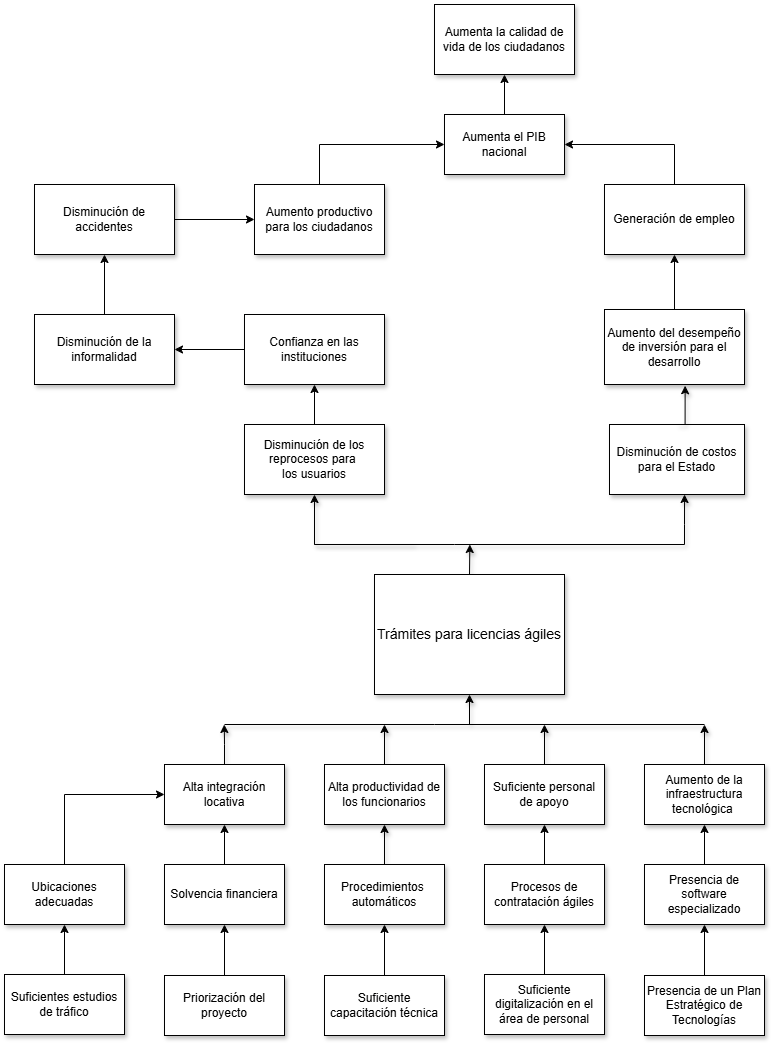
The draw.io diagram formulacion/solutions-tree/img/Arbol_Soluciones.png in Juanes7222/APS-Project, before a commit. Source tidied: cells renumbered, new cells last; positions are measured from the earlier drawing's top-left corner, leaving out a move shared by most shapes.
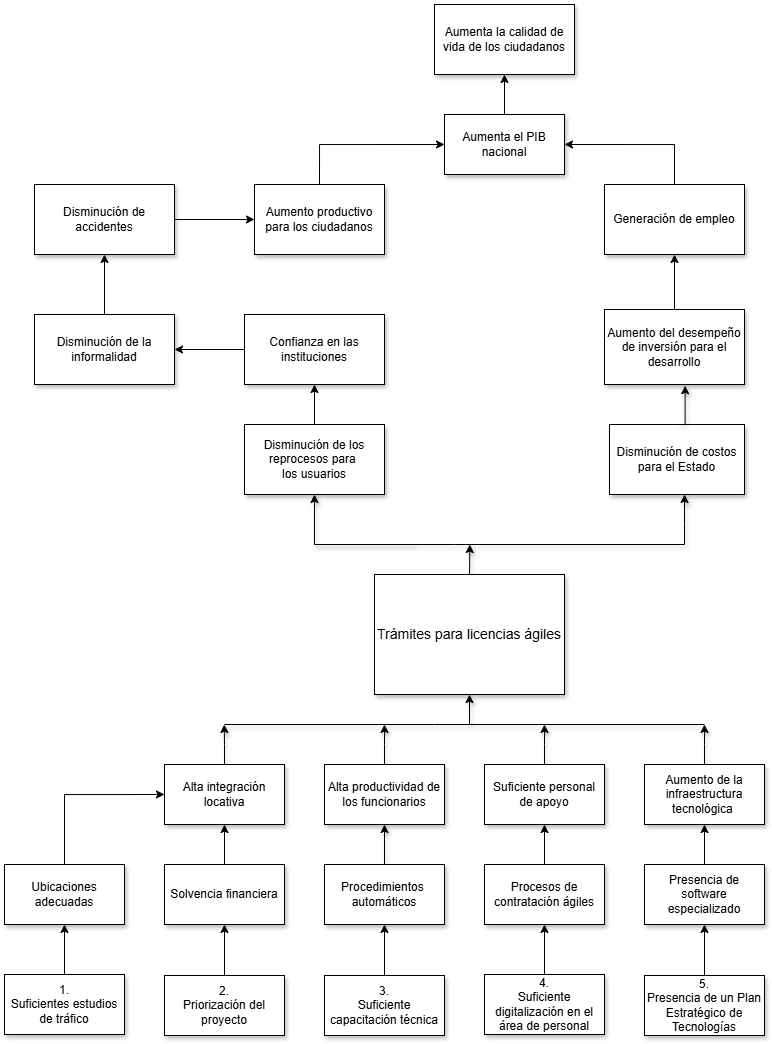
Above is the later version.

Commit message:
correction regarding the enumeration of the root causes and their activities

Change to the diagram source:
```diff
@@ -135,19 +135,19 @@
     <mxCell id="33" style="edgeStyle=orthogonalEdgeStyle;rounded=0;jettySize=auto;html=1;exitX=0.5;exitY=0;exitDx=0;exitDy=0;entryX=0.5;entryY=1;entryDx=0;entryDy=0;" parent="1" edge="1" source="34" target="32">
       <mxGeometry relative="1" as="geometry" />
     </mxCell>
-    <mxCell id="34" value="Suficientes estudios de tráfico" style="rounded=0;whiteSpace=wrap;html=1;shadow=1;" parent="1" vertex="1">
+    <mxCell id="34" value="1.&lt;br&gt;Suficientes estudios de tráfico" style="rounded=0;whiteSpace=wrap;html=1;shadow=1;" parent="1" vertex="1">
       <mxGeometry y="970" width="120" height="60" as="geometry" />
     </mxCell>
     <mxCell id="35" style="edgeStyle=orthogonalEdgeStyle;rounded=0;jettySize=auto;html=1;exitX=0.5;exitY=0;exitDx=0;exitDy=0;" parent="1" edge="1" source="36" target="30">
       <mxGeometry relative="1" as="geometry" />
     </mxCell>
-    <mxCell id="36" value="Priorización del proyecto" style="rounded=0;whiteSpace=wrap;html=1;shadow=1;" parent="1" vertex="1">
+    <mxCell id="36" value="2.&lt;br&gt;Priorización del proyecto" style="rounded=0;whiteSpace=wrap;html=1;shadow=1;" parent="1" vertex="1">
       <mxGeometry x="160" y="971" width="120" height="60" as="geometry" />
     </mxCell>
     <mxCell id="37" style="edgeStyle=orthogonalEdgeStyle;rounded=0;jettySize=auto;html=1;exitX=0.5;exitY=0;exitDx=0;exitDy=0;" parent="1" edge="1" source="38" target="3">
       <mxGeometry relative="1" as="geometry" />
     </mxCell>
-    <mxCell id="38" value="&lt;div&gt;Suficiente capacitación técnica&lt;/div&gt;" style="rounded=0;whiteSpace=wrap;html=1;shadow=1;" parent="1" vertex="1">
+    <mxCell id="38" value="&lt;div&gt;3.&lt;br&gt;Suficiente capacitación técnica&lt;/div&gt;" style="rounded=0;whiteSpace=wrap;html=1;shadow=1;" parent="1" vertex="1">
       <mxGeometry x="320" y="971" width="120" height="60" as="geometry" />
     </mxCell>
     <mxCell id="39" style="edgeStyle=orthogonalEdgeStyle;rounded=0;jettySize=auto;html=1;exitX=0.5;exitY=0;exitDx=0;exitDy=0;entryX=0.5;entryY=1;entryDx=0;entryDy=0;" parent="1" edge="1" source="40" target="5">
@@ -159,7 +159,7 @@
     <mxCell id="41" style="edgeStyle=orthogonalEdgeStyle;rounded=0;jettySize=auto;html=1;exitX=0.5;exitY=0;exitDx=0;exitDy=0;" parent="1" edge="1" source="42" target="40">
       <mxGeometry relative="1" as="geometry" />
     </mxCell>
-    <mxCell id="42" value="Suficiente digitalización en el área de personal" style="rounded=0;whiteSpace=wrap;html=1;shadow=1;" parent="1" vertex="1">
+    <mxCell id="42" value="4.&lt;br&gt;Suficiente digitalización en el área de personal" style="rounded=0;whiteSpace=wrap;html=1;shadow=1;" parent="1" vertex="1">
       <mxGeometry x="480" y="970" width="120" height="60" as="geometry" />
     </mxCell>
     <mxCell id="43" style="edgeStyle=orthogonalEdgeStyle;rounded=0;jettySize=auto;html=1;exitX=0.5;exitY=0;exitDx=0;exitDy=0;" parent="1" edge="1" source="44" target="9">
@@ -171,7 +171,7 @@
     <mxCell id="45" style="edgeStyle=orthogonalEdgeStyle;rounded=0;jettySize=auto;html=1;exitX=0.5;exitY=0;exitDx=0;exitDy=0;" parent="1" edge="1" source="46" target="44">
       <mxGeometry relative="1" as="geometry" />
     </mxCell>
-    <mxCell id="46" value="Presencia de un Plan Estratégico de Tecnologías" style="rounded=0;whiteSpace=wrap;html=1;shadow=1;" parent="1" vertex="1">
+    <mxCell id="46" value="5.&lt;br&gt;Presencia de un Plan Estratégico de Tecnologías" style="rounded=0;whiteSpace=wrap;html=1;shadow=1;" parent="1" vertex="1">
       <mxGeometry x="640" y="971" width="120" height="60" as="geometry" />
     </mxCell>
     <mxCell id="47" style="edgeStyle=orthogonalEdgeStyle;rounded=0;jettySize=auto;html=1;exitX=0;exitY=0.5;exitDx=0;exitDy=0;entryX=1;entryY=0.5;entryDx=0;entryDy=0;" parent="1" edge="1" source="48" target="50">
```
